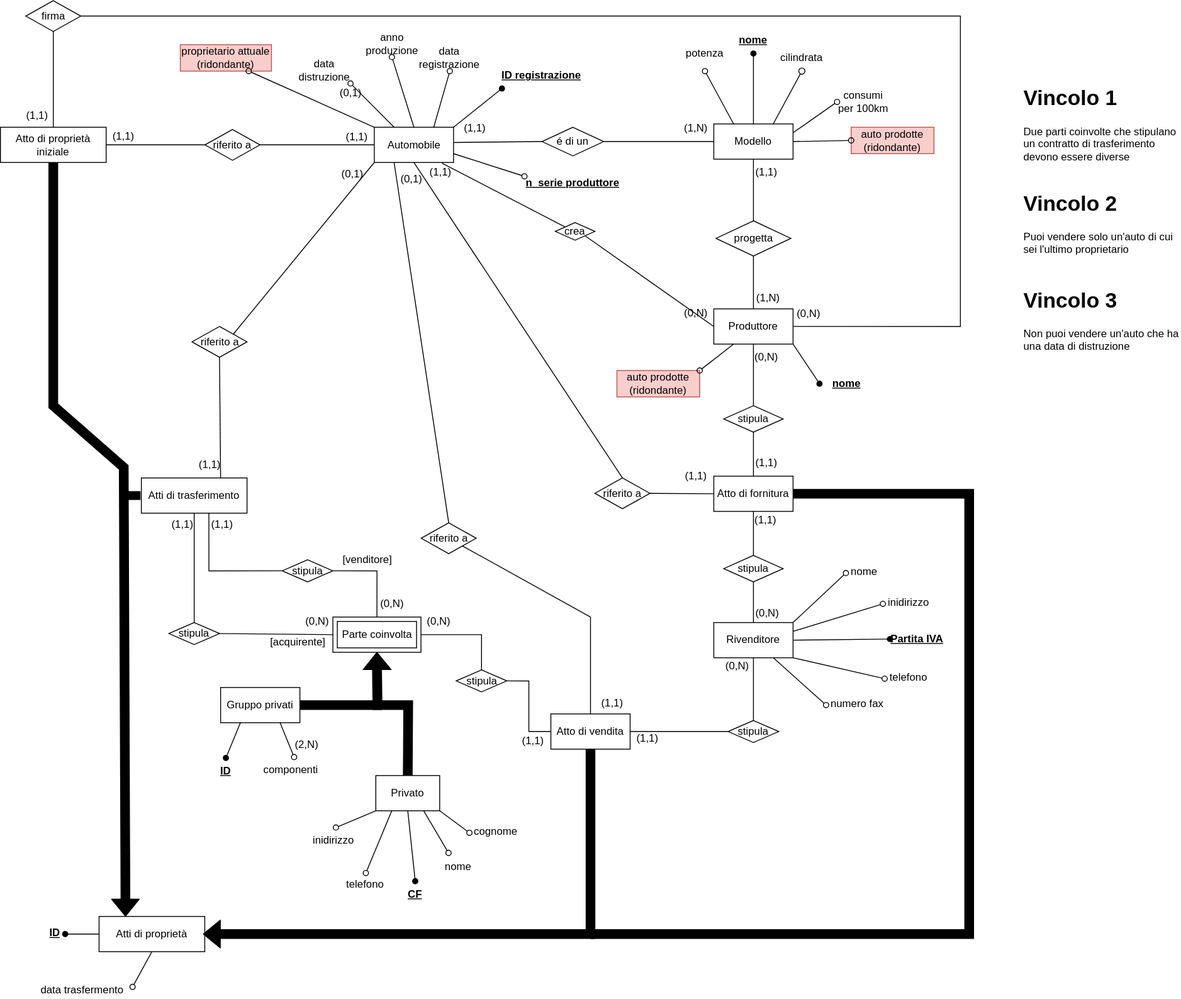
The draw.io diagram Progetto DATABASE - Concettuale.drawio.svg in CancianMatteo/UNIUD_ProgettoDatabase, before a commit. Source tidied: cells renumbered, new cells last; positions are measured from the earlier drawing's top-left corner, leaving out a move shared by most shapes.
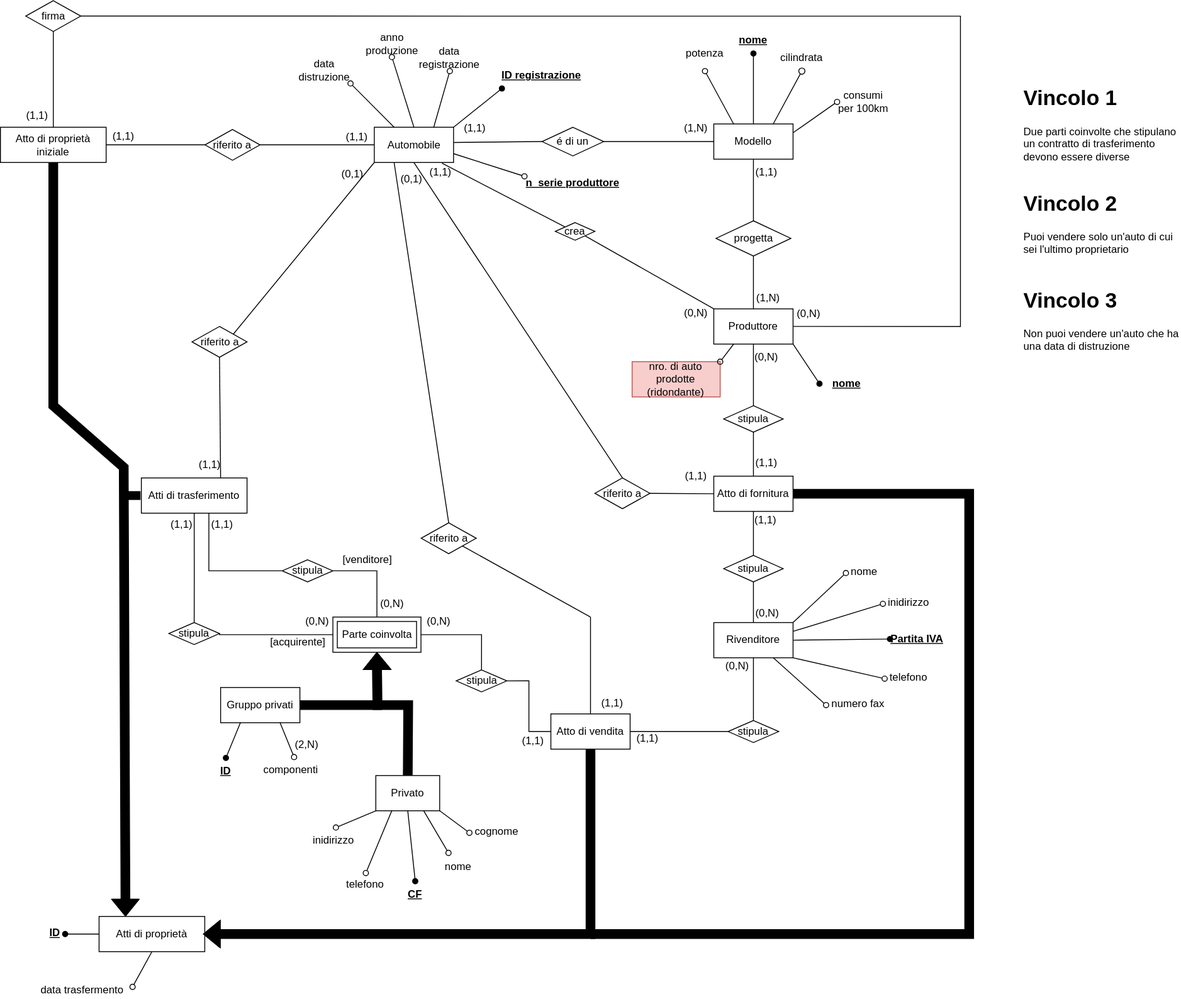
After the commit.

Commit message:
aggiornamento dello schema concettuale post analisi delle ridondanze

The edit, as a diff of the source:
```diff
@@ -377,15 +377,6 @@
     <mxCell id="115" value="(2,N)" style="text;html=1;align=center;verticalAlign=middle;whiteSpace=wrap;rounded=0;" parent="1" vertex="1">
       <mxGeometry x="328" y="830" width="40" height="30" as="geometry" />
     </mxCell>
-    <mxCell id="116" value="auto prodotte&lt;br&gt;(ridondante)" style="text;html=1;align=center;verticalAlign=middle;whiteSpace=wrap;rounded=0;fillColor=#f8cecc;strokeColor=#b85450;" parent="1" vertex="1">
-      <mxGeometry x="966" y="143.8" width="94" height="30" as="geometry" />
-    </mxCell>
-    <mxCell id="117" style="endArrow=oval;html=1;rounded=0;entryX=0;entryY=0.5;entryDx=0;entryDy=0;exitX=1;exitY=0.5;exitDx=0;exitDy=0;endFill=0;" parent="1" edge="1" source="3" target="116">
-      <mxGeometry relative="1" as="geometry" />
-    </mxCell>
-    <mxCell id="118" value="(0,1)" style="text;html=1;align=center;verticalAlign=middle;whiteSpace=wrap;rounded=0;" parent="1" vertex="1">
-      <mxGeometry x="377.5" y="90" width="40" height="30" as="geometry" />
-    </mxCell>
     <mxCell id="119" value="(0&lt;span style=&quot;background-color: initial;&quot;&gt;,1)&lt;/span&gt;" style="text;html=1;align=center;verticalAlign=middle;whiteSpace=wrap;rounded=0;" parent="1" vertex="1">
       <mxGeometry x="447" y="188" width="40" height="30" as="geometry" />
     </mxCell>
@@ -415,8 +406,10 @@
     <mxCell id="125" style="endArrow=none;html=1;rounded=0;fontSize=12;startSize=8;endSize=8;curved=1;entryX=0;entryY=0.5;entryDx=0;entryDy=0;exitX=1.004;exitY=0.432;exitDx=0;exitDy=0;exitPerimeter=0;" parent="1" edge="1" source="2" target="5">
       <mxGeometry relative="1" as="geometry" />
     </mxCell>
-    <mxCell id="126" style="endArrow=none;html=1;rounded=0;fontSize=12;startSize=8;endSize=8;curved=1;exitX=1;exitY=1;exitDx=0;exitDy=0;entryX=1;entryY=1;entryDx=0;entryDy=0;" parent="1" edge="1" source="68" target="69">
-      <mxGeometry relative="1" as="geometry" />
+    <mxCell id="126" style="endArrow=none;html=1;rounded=0;fontSize=12;startSize=8;endSize=8;curved=1;exitX=1;exitY=1;exitDx=0;exitDy=0;" parent="1" edge="1" source="68">
+      <mxGeometry relative="1" as="geometry">
+        <mxPoint x="810" y="350" as="targetPoint" />
+      </mxGeometry>
     </mxCell>
     <mxCell id="127" style="endArrow=none;html=1;rounded=0;fontSize=12;startSize=8;endSize=8;curved=1;entryX=1;entryY=0.5;entryDx=0;entryDy=0;exitX=0;exitY=0.5;exitDx=0;exitDy=0;" parent="1" edge="1" source="61" target="78">
       <mxGeometry relative="1" as="geometry" />
@@ -487,14 +480,8 @@
     <mxCell id="145" value="(1,1)" style="text;html=1;align=center;verticalAlign=middle;whiteSpace=wrap;rounded=0;" parent="1" vertex="1">
       <mxGeometry x="120" y="138.8" width="40" height="30" as="geometry" />
     </mxCell>
-    <mxCell id="146" value="proprietario attuale&lt;br&gt;(ridondante)" style="text;html=1;align=center;verticalAlign=middle;whiteSpace=wrap;rounded=0;fillColor=#f8cecc;strokeColor=#b85450;" parent="1" vertex="1">
-      <mxGeometry x="204.2" y="50" width="103.5" height="30" as="geometry" />
-    </mxCell>
-    <mxCell id="147" style="endArrow=oval;html=1;rounded=0;entryX=0.75;entryY=1;entryDx=0;entryDy=0;exitX=0;exitY=0;exitDx=0;exitDy=0;endFill=0;" parent="1" edge="1" source="2" target="146">
-      <mxGeometry relative="1" as="geometry" />
-    </mxCell>
-    <mxCell id="148" value="auto prodotte&lt;br&gt;(ridondante)" style="text;html=1;align=center;verticalAlign=middle;whiteSpace=wrap;rounded=0;fillColor=#f8cecc;strokeColor=#b85450;" parent="1" vertex="1">
-      <mxGeometry x="700" y="420" width="94" height="30" as="geometry" />
+    <mxCell id="148" value="nro. di auto prodotte&lt;br&gt;(ridondante)" style="text;html=1;align=center;verticalAlign=middle;whiteSpace=wrap;rounded=0;fillColor=#f8cecc;strokeColor=#b85450;" parent="1" vertex="1">
+      <mxGeometry x="717.2" y="410" width="100" height="40" as="geometry" />
     </mxCell>
     <mxCell id="149" style="endArrow=oval;html=1;rounded=0;entryX=1;entryY=0;entryDx=0;entryDy=0;exitX=0.25;exitY=1;exitDx=0;exitDy=0;endFill=0;" parent="1" edge="1" source="34" target="148">
       <mxGeometry relative="1" as="geometry" />
```
